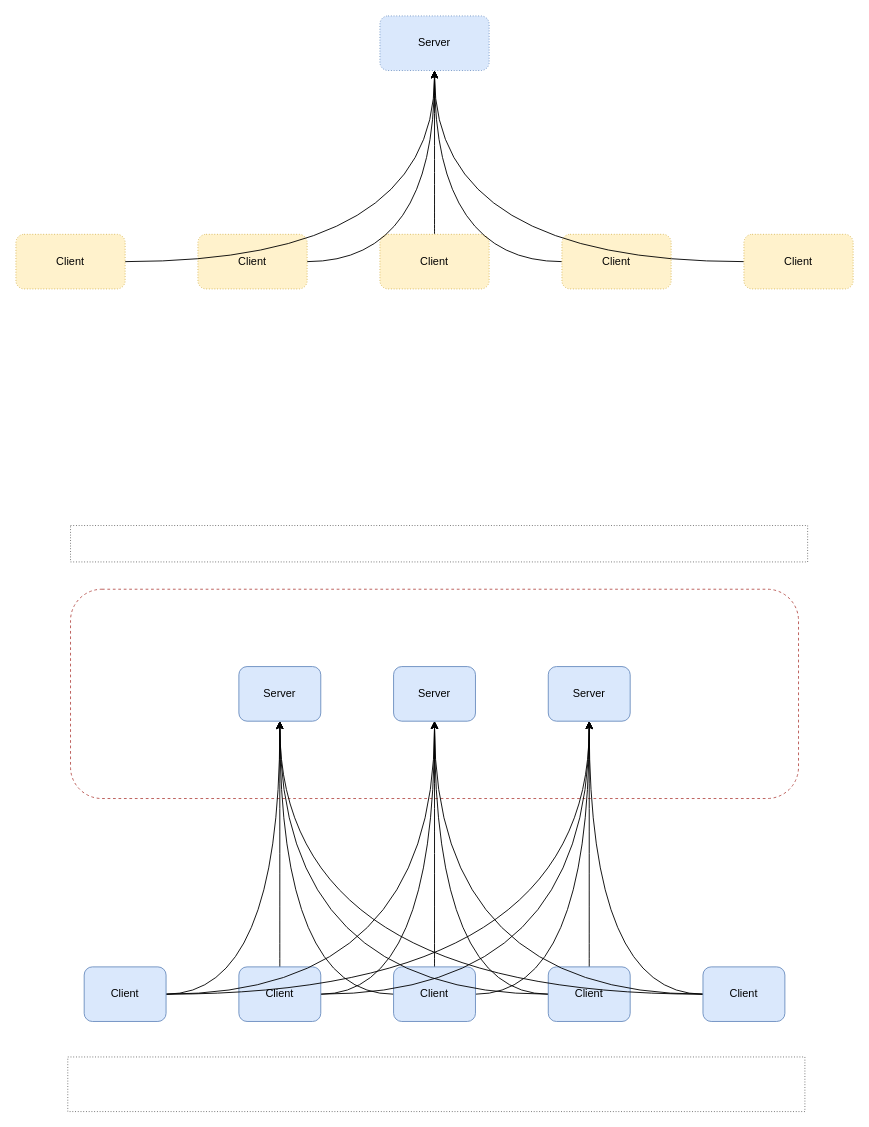
Above: image/zookeeper/server-single.drawio in m65536/resource (draw.io), before the change. Source tidied: cells renumbered, new cells numbered last; positions are measured from the earlier drawing's top-left corner, leaving out a move shared by most shapes. Both pictures are drawn from the tidied source at 91%, with x=0, y=0 at pixel (15, 15).
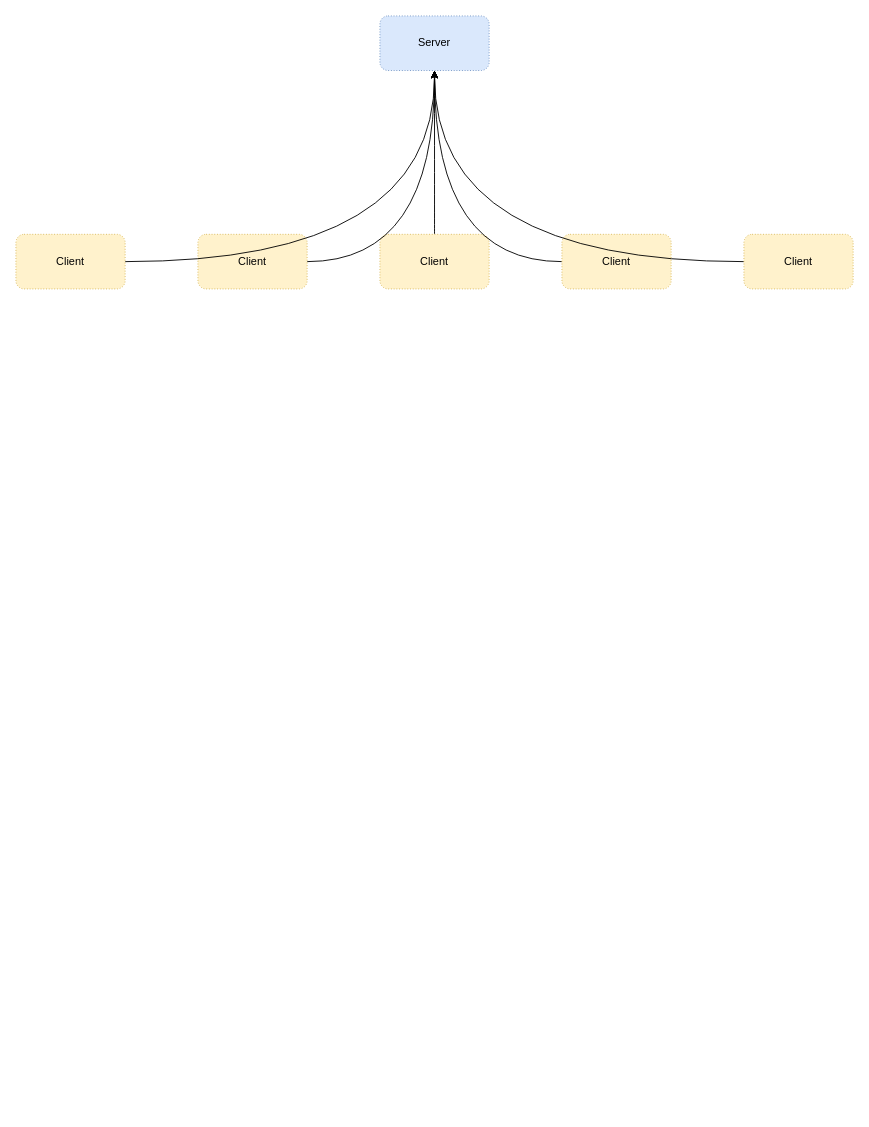
Above is the later version.

What changed in the source:
```diff
@@
-    <mxCell id="2" style="rounded=1;whiteSpace=wrap;html=1;fillColor=none;dashed=1;strokeColor=#B85450;" parent="1" vertex="1">
-      <mxGeometry x="60" y="630" width="800" height="230" as="geometry" />
-    </mxCell>
-    <mxCell id="3" value="Server" style="rounded=1;whiteSpace=wrap;html=1;strokeColor=#6c8ebf;fillColor=#dae8fc;" parent="1" vertex="1">
-      <mxGeometry x="415" y="715" width="90" height="60" as="geometry" />
-    </mxCell>
-    <mxCell id="4" value="Server" style="rounded=1;whiteSpace=wrap;html=1;strokeColor=#6c8ebf;fillColor=#dae8fc;" parent="1" vertex="1">
-      <mxGeometry x="245" y="715" width="90" height="60" as="geometry" />
-    </mxCell>
-    <mxCell id="5" value="Server" style="rounded=1;whiteSpace=wrap;html=1;strokeColor=#6c8ebf;fillColor=#dae8fc;" parent="1" vertex="1">
-      <mxGeometry x="585" y="715" width="90" height="60" as="geometry" />
-    </mxCell>
-    <mxCell id="6" style="edgeStyle=orthogonalEdgeStyle;curved=1;rounded=0;jettySize=auto;html=1;" parent="1" edge="1" source="9" target="3">
-      <mxGeometry relative="1" as="geometry" />
-    </mxCell>
-    <mxCell id="7" style="edgeStyle=orthogonalEdgeStyle;curved=1;rounded=0;jettySize=auto;html=1;entryX=0.5;entryY=1;entryDx=0;entryDy=0;" parent="1" edge="1" source="9" target="4">
-      <mxGeometry relative="1" as="geometry" />
-    </mxCell>
-    <mxCell id="8" style="edgeStyle=orthogonalEdgeStyle;curved=1;rounded=0;jettySize=auto;html=1;entryX=0.5;entryY=1;entryDx=0;entryDy=0;" parent="1" edge="1" source="9" target="5">
-      <mxGeometry relative="1" as="geometry" />
-    </mxCell>
-    <mxCell id="9" value="Client" style="rounded=1;whiteSpace=wrap;html=1;strokeColor=#6c8ebf;fillColor=#dae8fc;" parent="1" vertex="1">
-      <mxGeometry x="415" y="1045" width="90" height="60" as="geometry" />
-    </mxCell>
-    <mxCell id="10" style="edgeStyle=orthogonalEdgeStyle;curved=1;rounded=0;jettySize=auto;html=1;entryX=0.5;entryY=1;entryDx=0;entryDy=0;" parent="1" edge="1" source="13" target="4">
-      <mxGeometry relative="1" as="geometry" />
-    </mxCell>
-    <mxCell id="11" style="edgeStyle=orthogonalEdgeStyle;curved=1;rounded=0;jettySize=auto;html=1;entryX=0.5;entryY=1;entryDx=0;entryDy=0;" parent="1" edge="1" source="13" target="3">
-      <mxGeometry relative="1" as="geometry" />
-    </mxCell>
-    <mxCell id="12" style="edgeStyle=orthogonalEdgeStyle;curved=1;rounded=0;jettySize=auto;html=1;entryX=0.5;entryY=1;entryDx=0;entryDy=0;" parent="1" edge="1" source="13" target="5">
-      <mxGeometry relative="1" as="geometry" />
-    </mxCell>
-    <mxCell id="13" value="Client" style="rounded=1;whiteSpace=wrap;html=1;strokeColor=#6c8ebf;fillColor=#dae8fc;" parent="1" vertex="1">
-      <mxGeometry x="585" y="1045" width="90" height="60" as="geometry" />
-    </mxCell>
-    <mxCell id="14" style="edgeStyle=orthogonalEdgeStyle;curved=1;rounded=0;jettySize=auto;html=1;entryX=0.5;entryY=1;entryDx=0;entryDy=0;" parent="1" edge="1" source="17" target="4">
-      <mxGeometry relative="1" as="geometry" />
-    </mxCell>
-    <mxCell id="15" style="edgeStyle=orthogonalEdgeStyle;curved=1;rounded=0;jettySize=auto;html=1;entryX=0.5;entryY=1;entryDx=0;entryDy=0;" parent="1" edge="1" source="17" target="3">
-      <mxGeometry relative="1" as="geometry" />
-    </mxCell>
-    <mxCell id="16" style="edgeStyle=orthogonalEdgeStyle;curved=1;rounded=0;jettySize=auto;html=1;entryX=0.5;entryY=1;entryDx=0;entryDy=0;" parent="1" edge="1" source="17" target="5">
-      <mxGeometry relative="1" as="geometry" />
-    </mxCell>
-    <mxCell id="17" value="Client" style="rounded=1;whiteSpace=wrap;html=1;strokeColor=#6c8ebf;fillColor=#dae8fc;" parent="1" vertex="1">
-      <mxGeometry x="755" y="1045" width="90" height="60" as="geometry" />
-    </mxCell>
-    <mxCell id="18" style="edgeStyle=orthogonalEdgeStyle;curved=1;rounded=0;jettySize=auto;html=1;" parent="1" edge="1" source="21" target="3">
-      <mxGeometry relative="1" as="geometry" />
-    </mxCell>
-    <mxCell id="19" style="edgeStyle=orthogonalEdgeStyle;curved=1;rounded=0;jettySize=auto;html=1;entryX=0.5;entryY=1;entryDx=0;entryDy=0;" parent="1" edge="1" source="21" target="4">
-      <mxGeometry relative="1" as="geometry" />
-    </mxCell>
-    <mxCell id="20" style="edgeStyle=orthogonalEdgeStyle;curved=1;rounded=0;jettySize=auto;html=1;entryX=0.5;entryY=1;entryDx=0;entryDy=0;" parent="1" edge="1" source="21" target="5">
-      <mxGeometry relative="1" as="geometry" />
-    </mxCell>
-    <mxCell id="21" value="Client" style="rounded=1;whiteSpace=wrap;html=1;strokeColor=#6c8ebf;fillColor=#dae8fc;" parent="1" vertex="1">
-      <mxGeometry x="245" y="1045" width="90" height="60" as="geometry" />
-    </mxCell>
-    <mxCell id="22" style="edgeStyle=orthogonalEdgeStyle;curved=1;rounded=0;jettySize=auto;html=1;entryX=0.5;entryY=1;entryDx=0;entryDy=0;" parent="1" edge="1" source="25" target="5">
-      <mxGeometry relative="1" as="geometry" />
-    </mxCell>
-    <mxCell id="23" style="edgeStyle=orthogonalEdgeStyle;curved=1;rounded=0;jettySize=auto;html=1;" parent="1" edge="1" source="25" target="3">
-      <mxGeometry relative="1" as="geometry" />
-    </mxCell>
-    <mxCell id="24" style="edgeStyle=orthogonalEdgeStyle;curved=1;rounded=0;jettySize=auto;html=1;entryX=0.5;entryY=1;entryDx=0;entryDy=0;" parent="1" edge="1" source="25" target="4">
-      <mxGeometry relative="1" as="geometry" />
-    </mxCell>
-    <mxCell id="25" value="Client" style="rounded=1;whiteSpace=wrap;html=1;strokeColor=#6c8ebf;fillColor=#dae8fc;" parent="1" vertex="1">
-      <mxGeometry x="75" y="1045" width="90" height="60" as="geometry" />
-    </mxCell>
-    <mxCell id="26" style="rounded=0;whiteSpace=wrap;html=1;strokeColor=#666666;fillColor=none;fontColor=#333333;dashed=1;dashPattern=1 2;" parent="1" vertex="1">
-      <mxGeometry x="57" y="1144" width="810" height="60" as="geometry" />
-    </mxCell>
-    <mxCell id="27" style="rounded=0;whiteSpace=wrap;html=1;strokeColor=#666666;fillColor=none;fontColor=#333333;dashed=1;dashPattern=1 2;" parent="1" vertex="1">
-      <mxGeometry x="60" y="560" width="810" height="40" as="geometry" />
-    </mxCell>
```
